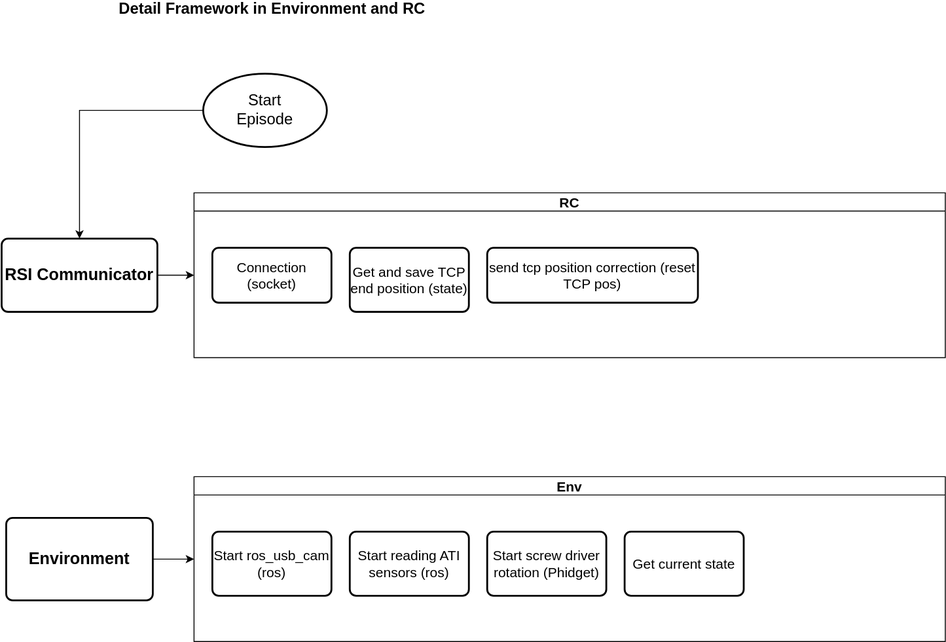
This is Detail_framework.svg from TONiiV/flowcharts, a draw.io export, as it was before one commit. Source tidied: cells renumbered, new cells last; positions are measured from the earlier drawing's top-left corner, leaving out a move shared by most shapes. Its diagram source:
```xml
<mxGraphModel>
  <root>
    <mxCell id="0" />
    <mxCell id="1" parent="0" />
    <mxCell id="2" value="&lt;font style=&quot;font-size: 17px&quot;&gt;&lt;b&gt;Detail Framework in Environment and RC&lt;/b&gt;&lt;/font&gt;" style="text;html=1;align=center;verticalAlign=middle;strokeColor=none;fillColor=none;" parent="1" vertex="1">
      <mxGeometry x="90" width="410" height="20" as="geometry" />
    </mxCell>
    <mxCell id="3" style="edgeStyle=orthogonalEdgeStyle;rounded=0;jettySize=auto;html=1;entryX=0;entryY=0.5;entryDx=0;entryDy=0;fontSize=15;" parent="1" edge="1" source="4" target="13">
      <mxGeometry relative="1" as="geometry" />
    </mxCell>
    <mxCell id="4" value="&lt;font style=&quot;font-size: 18px&quot;&gt;&lt;b&gt;Environment&lt;/b&gt;&lt;/font&gt;" style="rounded=1;whiteSpace=wrap;html=1;absoluteArcSize=1;arcSize=14;strokeWidth=2;fontSize=17;" parent="1" vertex="1">
      <mxGeometry x="5" y="565" width="160" height="90" as="geometry" />
    </mxCell>
    <mxCell id="5" style="edgeStyle=orthogonalEdgeStyle;rounded=0;jettySize=auto;html=1;entryX=0;entryY=0.5;entryDx=0;entryDy=0;fontSize=15;" parent="1" edge="1" source="6" target="9">
      <mxGeometry relative="1" as="geometry" />
    </mxCell>
    <mxCell id="6" value="&lt;b&gt;RSI Communicator&lt;br&gt;&lt;/b&gt;" style="rounded=1;whiteSpace=wrap;html=1;absoluteArcSize=1;arcSize=14;strokeWidth=2;fontSize=18;" parent="1" vertex="1">
      <mxGeometry y="260" width="170" height="80" as="geometry" />
    </mxCell>
    <mxCell id="7" style="edgeStyle=orthogonalEdgeStyle;rounded=0;jettySize=auto;html=1;fontSize=17;" parent="1" edge="1" source="8" target="6">
      <mxGeometry relative="1" as="geometry" />
    </mxCell>
    <mxCell id="8" value="&lt;div style=&quot;font-size: 17px&quot;&gt;&lt;font style=&quot;font-size: 17px&quot;&gt;Start&lt;/font&gt;&lt;/div&gt;&lt;div style=&quot;font-size: 17px&quot;&gt;&lt;font style=&quot;font-size: 17px&quot;&gt;Episode&lt;br&gt;&lt;/font&gt;&lt;/div&gt;" style="strokeWidth=2;html=1;shape=mxgraph.flowchart.start_1;whiteSpace=wrap;fontSize=18;" parent="1" vertex="1">
      <mxGeometry x="220" y="80" width="135" height="80" as="geometry" />
    </mxCell>
    <mxCell id="9" value="RC" style="swimlane;fontSize=15;startSize=20;" parent="1" vertex="1">
      <mxGeometry x="210" y="210" width="820" height="180" as="geometry" />
    </mxCell>
    <mxCell id="10" value="Connection (socket)" style="rounded=1;whiteSpace=wrap;html=1;absoluteArcSize=1;arcSize=14;strokeWidth=2;fontSize=15;" parent="9" vertex="1">
      <mxGeometry x="20" y="60" width="130" height="60" as="geometry" />
    </mxCell>
    <mxCell id="11" value="Get and save TCP end position (state)" style="rounded=1;whiteSpace=wrap;html=1;absoluteArcSize=1;arcSize=14;strokeWidth=2;fontSize=15;" parent="9" vertex="1">
      <mxGeometry x="170" y="60" width="130" height="70" as="geometry" />
    </mxCell>
    <mxCell id="12" value="send tcp position correction (reset TCP pos) " style="rounded=1;whiteSpace=wrap;html=1;absoluteArcSize=1;arcSize=14;strokeWidth=2;fontSize=15;" parent="9" vertex="1">
      <mxGeometry x="320" y="60" width="230" height="60" as="geometry" />
    </mxCell>
    <mxCell id="13" value="Env" style="swimlane;fontSize=15;startSize=20;" parent="1" vertex="1">
      <mxGeometry x="210" y="520" width="820" height="180" as="geometry" />
    </mxCell>
    <mxCell id="14" value="Start ros_usb_cam (ros)" style="rounded=1;whiteSpace=wrap;html=1;absoluteArcSize=1;arcSize=14;strokeWidth=2;fontSize=15;" parent="13" vertex="1">
      <mxGeometry x="20" y="60" width="130" height="70" as="geometry" />
    </mxCell>
    <mxCell id="15" value="Start reading ATI sensors (ros)" style="rounded=1;whiteSpace=wrap;html=1;absoluteArcSize=1;arcSize=14;strokeWidth=2;fontSize=15;" parent="13" vertex="1">
      <mxGeometry x="170" y="60" width="130" height="70" as="geometry" />
    </mxCell>
    <mxCell id="16" value="Get current state" style="rounded=1;whiteSpace=wrap;html=1;absoluteArcSize=1;arcSize=14;strokeWidth=2;fontSize=15;" parent="13" vertex="1">
      <mxGeometry x="470" y="60" width="130" height="70" as="geometry" />
    </mxCell>
    <mxCell id="17" value="Start screw driver rotation (Phidget)" style="rounded=1;whiteSpace=wrap;html=1;absoluteArcSize=1;arcSize=14;strokeWidth=2;fontSize=15;" parent="13" vertex="1">
      <mxGeometry x="320" y="60" width="130" height="70" as="geometry" />
    </mxCell>
  </root>
</mxGraphModel>
```
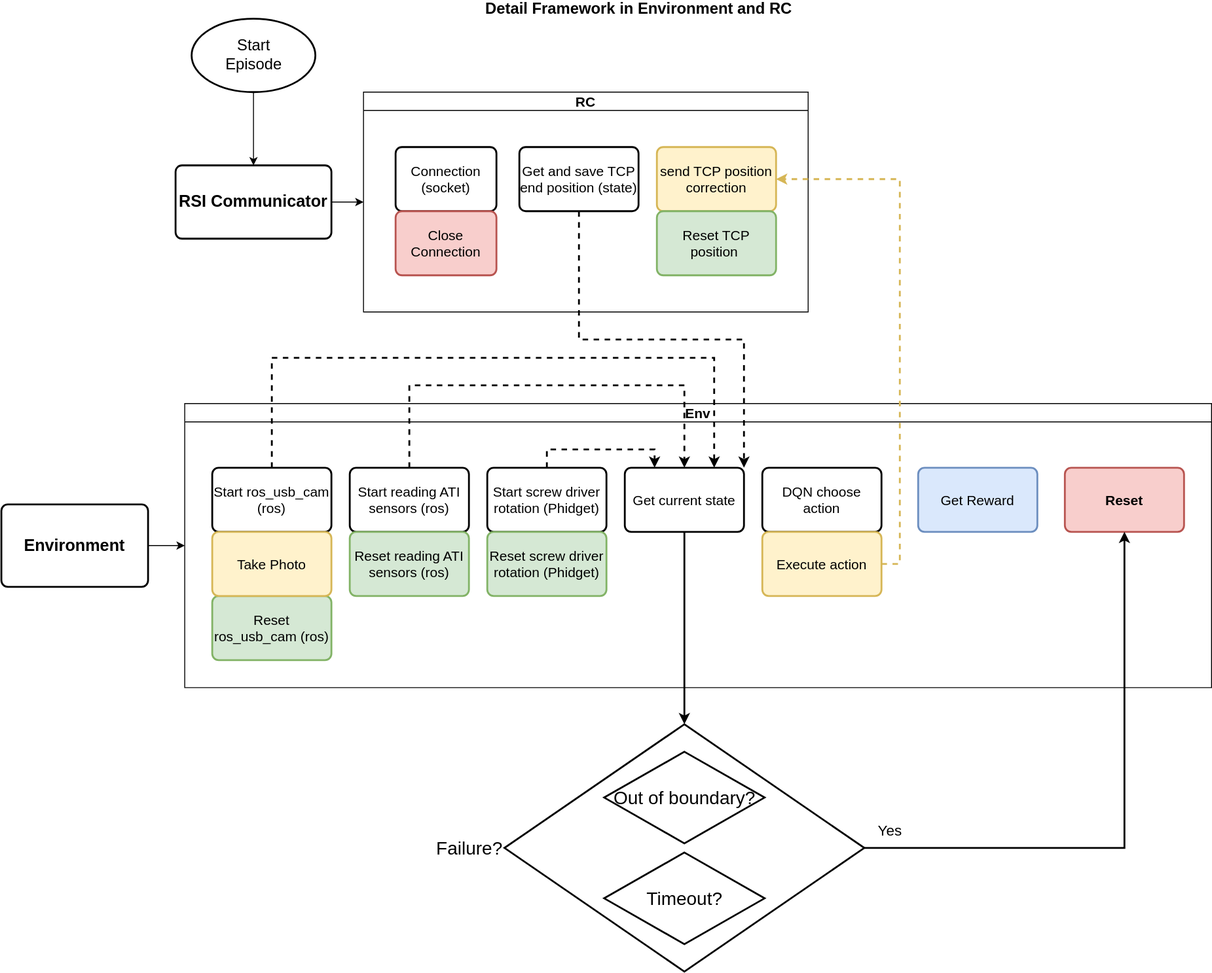
The same file after the commit.

Diff of the diagram source:
```diff
@@ -3,52 +3,132 @@
     <mxCell id="0" />
     <mxCell id="1" parent="0" />
     <mxCell id="2" value="&lt;font style=&quot;font-size: 17px&quot;&gt;&lt;b&gt;Detail Framework in Environment and RC&lt;/b&gt;&lt;/font&gt;" style="text;html=1;align=center;verticalAlign=middle;strokeColor=none;fillColor=none;" parent="1" vertex="1">
-      <mxGeometry x="90" width="410" height="20" as="geometry" />
+      <mxGeometry x="500" y="80" width="410" height="20" as="geometry" />
     </mxCell>
     <mxCell id="3" style="edgeStyle=orthogonalEdgeStyle;rounded=0;jettySize=auto;html=1;entryX=0;entryY=0.5;entryDx=0;entryDy=0;fontSize=15;" parent="1" edge="1" source="4" target="13">
       <mxGeometry relative="1" as="geometry" />
     </mxCell>
     <mxCell id="4" value="&lt;font style=&quot;font-size: 18px&quot;&gt;&lt;b&gt;Environment&lt;/b&gt;&lt;/font&gt;" style="rounded=1;whiteSpace=wrap;html=1;absoluteArcSize=1;arcSize=14;strokeWidth=2;fontSize=17;" parent="1" vertex="1">
-      <mxGeometry x="5" y="565" width="160" height="90" as="geometry" />
+      <mxGeometry x="10" y="630" width="160" height="90" as="geometry" />
     </mxCell>
     <mxCell id="5" style="edgeStyle=orthogonalEdgeStyle;rounded=0;jettySize=auto;html=1;entryX=0;entryY=0.5;entryDx=0;entryDy=0;fontSize=15;" parent="1" edge="1" source="6" target="9">
       <mxGeometry relative="1" as="geometry" />
     </mxCell>
     <mxCell id="6" value="&lt;b&gt;RSI Communicator&lt;br&gt;&lt;/b&gt;" style="rounded=1;whiteSpace=wrap;html=1;absoluteArcSize=1;arcSize=14;strokeWidth=2;fontSize=18;" parent="1" vertex="1">
-      <mxGeometry y="260" width="170" height="80" as="geometry" />
+      <mxGeometry x="200" y="260" width="170" height="80" as="geometry" />
     </mxCell>
     <mxCell id="7" style="edgeStyle=orthogonalEdgeStyle;rounded=0;jettySize=auto;html=1;fontSize=17;" parent="1" edge="1" source="8" target="6">
       <mxGeometry relative="1" as="geometry" />
     </mxCell>
     <mxCell id="8" value="&lt;div style=&quot;font-size: 17px&quot;&gt;&lt;font style=&quot;font-size: 17px&quot;&gt;Start&lt;/font&gt;&lt;/div&gt;&lt;div style=&quot;font-size: 17px&quot;&gt;&lt;font style=&quot;font-size: 17px&quot;&gt;Episode&lt;br&gt;&lt;/font&gt;&lt;/div&gt;" style="strokeWidth=2;html=1;shape=mxgraph.flowchart.start_1;whiteSpace=wrap;fontSize=18;" parent="1" vertex="1">
-      <mxGeometry x="220" y="80" width="135" height="80" as="geometry" />
+      <mxGeometry x="217.5" y="100" width="135" height="80" as="geometry" />
     </mxCell>
     <mxCell id="9" value="RC" style="swimlane;fontSize=15;startSize=20;" parent="1" vertex="1">
-      <mxGeometry x="210" y="210" width="820" height="180" as="geometry" />
+      <mxGeometry x="405" y="180" width="485" height="240" as="geometry" />
     </mxCell>
     <mxCell id="10" value="Connection (socket)" style="rounded=1;whiteSpace=wrap;html=1;absoluteArcSize=1;arcSize=14;strokeWidth=2;fontSize=15;" parent="9" vertex="1">
-      <mxGeometry x="20" y="60" width="130" height="60" as="geometry" />
+      <mxGeometry x="35" y="60" width="110" height="70" as="geometry" />
     </mxCell>
     <mxCell id="11" value="Get and save TCP end position (state)" style="rounded=1;whiteSpace=wrap;html=1;absoluteArcSize=1;arcSize=14;strokeWidth=2;fontSize=15;" parent="9" vertex="1">
       <mxGeometry x="170" y="60" width="130" height="70" as="geometry" />
     </mxCell>
-    <mxCell id="12" value="send tcp position correction (reset TCP pos) " style="rounded=1;whiteSpace=wrap;html=1;absoluteArcSize=1;arcSize=14;strokeWidth=2;fontSize=15;" parent="9" vertex="1">
-      <mxGeometry x="320" y="60" width="230" height="60" as="geometry" />
+    <mxCell id="12" value="send TCP position correction " style="rounded=1;whiteSpace=wrap;html=1;absoluteArcSize=1;arcSize=14;strokeWidth=2;fontSize=15;fillColor=#fff2cc;strokeColor=#d6b656;" parent="9" vertex="1">
+      <mxGeometry x="320" y="60" width="130" height="70" as="geometry" />
     </mxCell>
+    <mxCell id="18" value="Reset TCP position&amp;nbsp; " style="rounded=1;whiteSpace=wrap;html=1;absoluteArcSize=1;arcSize=14;strokeWidth=2;fontSize=15;fillColor=#d5e8d4;strokeColor=#82b366;" parent="9" vertex="1">
+      <mxGeometry x="320" y="130" width="130" height="70" as="geometry" />
+    </mxCell>
+    <mxCell id="19" value="&lt;div&gt;Close&lt;/div&gt;&lt;div&gt;Connection &lt;br&gt;&lt;/div&gt;" style="rounded=1;whiteSpace=wrap;html=1;absoluteArcSize=1;arcSize=14;strokeWidth=2;fontSize=15;fillColor=#f8cecc;strokeColor=#b85450;" parent="9" vertex="1">
+      <mxGeometry x="35" y="130" width="110" height="70" as="geometry" />
+    </mxCell>
     <mxCell id="13" value="Env" style="swimlane;fontSize=15;startSize=20;" parent="1" vertex="1">
-      <mxGeometry x="210" y="520" width="820" height="180" as="geometry" />
+      <mxGeometry x="210" y="520" width="1120" height="310" as="geometry" />
     </mxCell>
+    <mxCell id="20" style="edgeStyle=orthogonalEdgeStyle;rounded=0;jumpStyle=arc;jettySize=auto;html=1;entryX=0.75;entryY=0;entryDx=0;entryDy=0;dashed=1;fontSize=15;strokeWidth=2;" parent="13" edge="1" source="14" target="16">
+      <mxGeometry relative="1" as="geometry">
+        <Array as="points">
+          <mxPoint x="95" y="-50" />
+          <mxPoint x="577" y="-50" />
+        </Array>
+      </mxGeometry>
+    </mxCell>
     <mxCell id="14" value="Start ros_usb_cam (ros)" style="rounded=1;whiteSpace=wrap;html=1;absoluteArcSize=1;arcSize=14;strokeWidth=2;fontSize=15;" parent="13" vertex="1">
-      <mxGeometry x="20" y="60" width="130" height="70" as="geometry" />
+      <mxGeometry x="30" y="70" width="130" height="70" as="geometry" />
     </mxCell>
+    <mxCell id="21" style="edgeStyle=orthogonalEdgeStyle;rounded=0;jumpStyle=arc;jettySize=auto;html=1;exitX=0.5;exitY=0;exitDx=0;exitDy=0;entryX=0.5;entryY=0;entryDx=0;entryDy=0;dashed=1;fontSize=15;strokeWidth=2;" parent="13" edge="1" source="15" target="16">
+      <mxGeometry relative="1" as="geometry">
+        <Array as="points">
+          <mxPoint x="245" y="-20" />
+          <mxPoint x="545" y="-20" />
+        </Array>
+      </mxGeometry>
+    </mxCell>
     <mxCell id="15" value="Start reading ATI sensors (ros)" style="rounded=1;whiteSpace=wrap;html=1;absoluteArcSize=1;arcSize=14;strokeWidth=2;fontSize=15;" parent="13" vertex="1">
-      <mxGeometry x="170" y="60" width="130" height="70" as="geometry" />
+      <mxGeometry x="180" y="70" width="130" height="70" as="geometry" />
     </mxCell>
     <mxCell id="16" value="Get current state" style="rounded=1;whiteSpace=wrap;html=1;absoluteArcSize=1;arcSize=14;strokeWidth=2;fontSize=15;" parent="13" vertex="1">
-      <mxGeometry x="470" y="60" width="130" height="70" as="geometry" />
+      <mxGeometry x="480" y="70" width="130" height="70" as="geometry" />
     </mxCell>
+    <mxCell id="22" style="edgeStyle=orthogonalEdgeStyle;rounded=0;jumpStyle=arc;jettySize=auto;html=1;exitX=0.5;exitY=0;exitDx=0;exitDy=0;entryX=0.25;entryY=0;entryDx=0;entryDy=0;dashed=1;fontSize=15;strokeWidth=2;" parent="13" edge="1" source="17" target="16">
+      <mxGeometry relative="1" as="geometry" />
+    </mxCell>
     <mxCell id="17" value="Start screw driver rotation (Phidget)" style="rounded=1;whiteSpace=wrap;html=1;absoluteArcSize=1;arcSize=14;strokeWidth=2;fontSize=15;" parent="13" vertex="1">
-      <mxGeometry x="320" y="60" width="130" height="70" as="geometry" />
+      <mxGeometry x="330" y="70" width="130" height="70" as="geometry" />
     </mxCell>
+    <mxCell id="23" value="Reset ros_usb_cam (ros)" style="rounded=1;whiteSpace=wrap;html=1;absoluteArcSize=1;arcSize=14;strokeWidth=2;fontSize=15;fillColor=#d5e8d4;strokeColor=#82b366;" parent="13" vertex="1">
+      <mxGeometry x="30" y="210" width="130" height="70" as="geometry" />
+    </mxCell>
+    <mxCell id="24" value="Reset reading ATI sensors (ros)" style="rounded=1;whiteSpace=wrap;html=1;absoluteArcSize=1;arcSize=14;strokeWidth=2;fontSize=15;fillColor=#d5e8d4;strokeColor=#82b366;" parent="13" vertex="1">
+      <mxGeometry x="180" y="140" width="130" height="70" as="geometry" />
+    </mxCell>
+    <mxCell id="25" value="Reset screw driver rotation (Phidget)" style="rounded=1;whiteSpace=wrap;html=1;absoluteArcSize=1;arcSize=14;strokeWidth=2;fontSize=15;fillColor=#d5e8d4;strokeColor=#82b366;" parent="13" vertex="1">
+      <mxGeometry x="330" y="140" width="130" height="70" as="geometry" />
+    </mxCell>
+    <mxCell id="26" value="DQN choose action" style="rounded=1;whiteSpace=wrap;html=1;absoluteArcSize=1;arcSize=14;strokeWidth=2;fontSize=15;" parent="13" vertex="1">
+      <mxGeometry x="630" y="70" width="130" height="70" as="geometry" />
+    </mxCell>
+    <mxCell id="27" value="Take Photo" style="rounded=1;whiteSpace=wrap;html=1;absoluteArcSize=1;arcSize=14;strokeWidth=2;fontSize=15;fillColor=#fff2cc;strokeColor=#d6b656;" parent="13" vertex="1">
+      <mxGeometry x="30" y="140" width="130" height="70" as="geometry" />
+    </mxCell>
+    <mxCell id="28" value="&lt;b&gt;Reset&lt;/b&gt;" style="rounded=1;whiteSpace=wrap;html=1;absoluteArcSize=1;arcSize=14;strokeWidth=2;fontSize=15;fillColor=#f8cecc;strokeColor=#b85450;" parent="13" vertex="1">
+      <mxGeometry x="960" y="70" width="130" height="70" as="geometry" />
+    </mxCell>
+    <mxCell id="29" value="Execute action" style="rounded=1;whiteSpace=wrap;html=1;absoluteArcSize=1;arcSize=14;strokeWidth=2;fontSize=15;fillColor=#fff2cc;strokeColor=#d6b656;" parent="13" vertex="1">
+      <mxGeometry x="630" y="140" width="130" height="70" as="geometry" />
+    </mxCell>
+    <mxCell id="30" value="Get Reward" style="rounded=1;whiteSpace=wrap;html=1;absoluteArcSize=1;arcSize=14;strokeWidth=2;fontSize=15;fillColor=#dae8fc;strokeColor=#6c8ebf;" parent="13" vertex="1">
+      <mxGeometry x="800" y="70" width="130" height="70" as="geometry" />
+    </mxCell>
+    <mxCell id="31" style="edgeStyle=orthogonalEdgeStyle;rounded=0;jettySize=auto;html=1;exitX=0.5;exitY=1;exitDx=0;exitDy=0;fontSize=15;dashed=1;strokeWidth=2;jumpStyle=arc;entryX=1;entryY=0;entryDx=0;entryDy=0;" parent="1" edge="1" source="11" target="16">
+      <mxGeometry relative="1" as="geometry" />
+    </mxCell>
+    <mxCell id="32" style="edgeStyle=orthogonalEdgeStyle;rounded=0;jumpStyle=arc;jettySize=auto;html=1;entryX=1;entryY=0.5;entryDx=0;entryDy=0;dashed=1;fontSize=15;strokeWidth=2;fillColor=#fff2cc;strokeColor=#d6b656;" parent="1" edge="1" source="29" target="12">
+      <mxGeometry relative="1" as="geometry">
+        <Array as="points">
+          <mxPoint x="990" y="695" />
+          <mxPoint x="990" y="275" />
+        </Array>
+      </mxGeometry>
+    </mxCell>
+    <mxCell id="33" style="edgeStyle=orthogonalEdgeStyle;rounded=0;jumpStyle=arc;jettySize=auto;html=1;entryX=0.5;entryY=1;entryDx=0;entryDy=0;fontSize=14;fontColor=none;strokeWidth=2;" parent="1" edge="1" source="35" target="28">
+      <mxGeometry relative="1" as="geometry" />
+    </mxCell>
+    <mxCell id="34" value="&lt;font style=&quot;font-size: 16px&quot;&gt;Yes&lt;/font&gt;" style="edgeLabel;html=1;align=center;verticalAlign=middle;fontSize=14;fontColor=none;" parent="33" vertex="1">
+      <mxGeometry x="-0.49" y="5" relative="1" as="geometry">
+        <mxPoint x="-132" y="-15" as="offset" />
+      </mxGeometry>
+    </mxCell>
+    <mxCell id="35" value="&lt;font style=&quot;font-size: 20px&quot;&gt;Failure?&lt;/font&gt;" style="strokeWidth=2;html=1;shape=mxgraph.flowchart.decision;whiteSpace=wrap;fontSize=15;align=right;verticalAlign=middle;labelPosition=left;verticalLabelPosition=middle;" parent="1" vertex="1">
+      <mxGeometry x="558.8" y="870" width="392.5" height="270" as="geometry" />
+    </mxCell>
+    <mxCell id="36" value="Out of boundary? " style="strokeWidth=2;html=1;shape=mxgraph.flowchart.decision;whiteSpace=wrap;fontSize=20;fontColor=none;" parent="1" vertex="1">
+      <mxGeometry x="667.5" y="900" width="175" height="100" as="geometry" />
+    </mxCell>
+    <mxCell id="37" value="Timeout?" style="strokeWidth=2;html=1;shape=mxgraph.flowchart.decision;whiteSpace=wrap;fontSize=20;fontColor=none;" parent="1" vertex="1">
+      <mxGeometry x="667.5" y="1010" width="175" height="100" as="geometry" />
+    </mxCell>
+    <mxCell id="38" style="edgeStyle=orthogonalEdgeStyle;rounded=0;jumpStyle=arc;jettySize=auto;html=1;entryX=0.5;entryY=0;entryDx=0;entryDy=0;entryPerimeter=0;fontSize=14;fontColor=none;strokeWidth=2;" parent="1" edge="1" source="16" target="35">
+      <mxGeometry relative="1" as="geometry" />
+    </mxCell>
   </root>
 </mxGraphModel>
```
